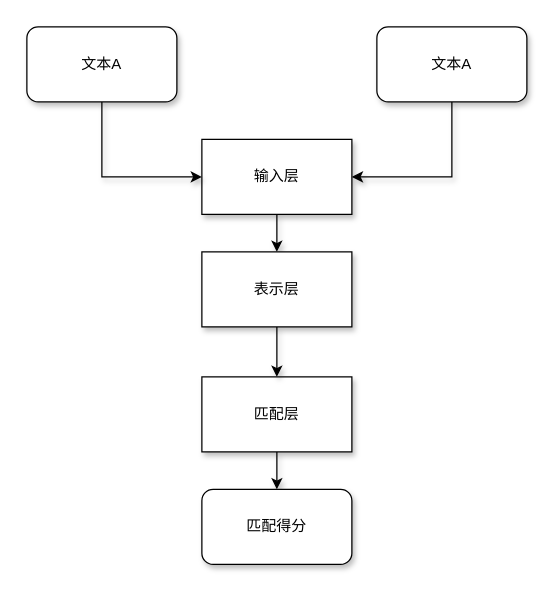
This is page "Page-1" (1 of 3) of 表示型.drawio from dadaewqq/blog, a draw.io file, before an edit. Source tidied: cells renumbered, new cells numbered last; positions are measured from the earlier drawing's top-left corner, leaving out a move shared by most shapes. Both pictures are drawn from the tidied source at 125%, with x=0, y=0 at pixel (26, 26).
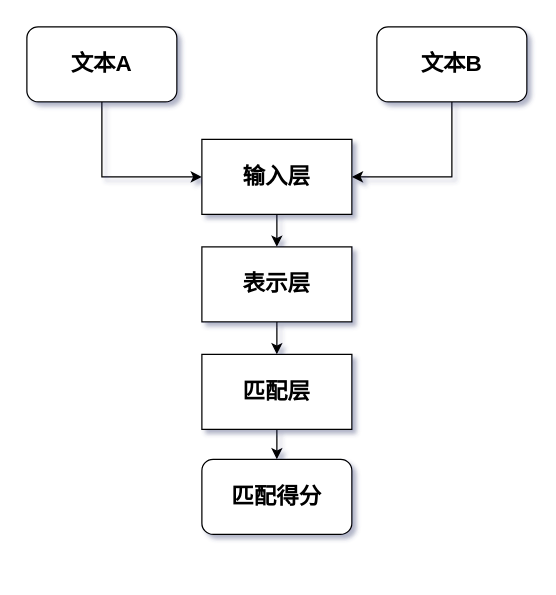
The same diagram, later.

Commit message (it also covers changes not shown here):
更新表示型.drawio

Diff of the diagram source:
```diff
@@
-<mxGraphModel>
+<mxGraphModel shadow="1">
   <root>
     <mxCell id="0" />
     <mxCell id="1" parent="0" />
-    <mxCell id="2" style="edgeStyle=orthogonalEdgeStyle;rounded=0;jettySize=auto;html=1;exitX=0.5;exitY=1;exitDx=0;exitDy=0;entryX=0.5;entryY=0;entryDx=0;entryDy=0;shadow=1;" parent="1" edge="1" source="3" target="8">
+    <mxCell id="2" style="edgeStyle=orthogonalEdgeStyle;jettySize=auto;html=1;exitX=0.5;exitY=1;exitDx=0;exitDy=0;entryX=0.5;entryY=0;entryDx=0;entryDy=0;shadow=0;" parent="1" edge="1" source="3" target="8">
       <mxGeometry relative="1" as="geometry" />
     </mxCell>
-    <mxCell id="3" value="匹配层" style="rounded=0;whiteSpace=wrap;html=1;shadow=1;" parent="1" vertex="1">
-      <mxGeometry x="140" y="280" width="120" height="60" as="geometry" />
+    <mxCell id="3" value="&lt;span&gt;&lt;font style=&quot;font-size: 18px&quot;&gt;匹配层&lt;/font&gt;&lt;/span&gt;" style="whiteSpace=wrap;html=1;shadow=0;fontStyle=1;" parent="1" vertex="1">
+      <mxGeometry x="140" y="262" width="120" height="60" as="geometry" />
     </mxCell>
-    <mxCell id="4" style="edgeStyle=orthogonalEdgeStyle;rounded=0;jettySize=auto;html=1;exitX=0.5;exitY=1;exitDx=0;exitDy=0;shadow=1;" parent="1" edge="1" source="5" target="7">
+    <mxCell id="4" style="edgeStyle=orthogonalEdgeStyle;jettySize=auto;html=1;exitX=0.5;exitY=1;exitDx=0;exitDy=0;shadow=0;" parent="1" edge="1" source="5" target="7">
       <mxGeometry relative="1" as="geometry" />
     </mxCell>
-    <mxCell id="5" value="输入层" style="rounded=0;whiteSpace=wrap;html=1;shadow=1;" parent="1" vertex="1">
+    <mxCell id="5" value="&lt;font style=&quot;font-size: 18px&quot;&gt;输入层&lt;/font&gt;" style="whiteSpace=wrap;html=1;shadow=0;labelBackgroundColor=none;labelBorderColor=none;fontStyle=1;" parent="1" vertex="1">
       <mxGeometry x="140" y="90" width="120" height="60" as="geometry" />
     </mxCell>
-    <mxCell id="6" style="edgeStyle=orthogonalEdgeStyle;rounded=0;jettySize=auto;html=1;exitX=0.5;exitY=1;exitDx=0;exitDy=0;entryX=0.5;entryY=0;entryDx=0;entryDy=0;shadow=1;" parent="1" edge="1" source="7" target="3">
+    <mxCell id="6" style="edgeStyle=orthogonalEdgeStyle;jettySize=auto;html=1;exitX=0.5;exitY=1;exitDx=0;exitDy=0;entryX=0.5;entryY=0;entryDx=0;entryDy=0;shadow=0;" parent="1" edge="1" source="7" target="3">
       <mxGeometry relative="1" as="geometry" />
     </mxCell>
-    <mxCell id="7" value="表示层" style="rounded=0;whiteSpace=wrap;html=1;shadow=1;" parent="1" vertex="1">
-      <mxGeometry x="140" y="180" width="120" height="60" as="geometry" />
+    <mxCell id="7" value="&lt;span&gt;&lt;font style=&quot;font-size: 18px&quot;&gt;表示层&lt;/font&gt;&lt;/span&gt;" style="whiteSpace=wrap;html=1;shadow=0;fontStyle=1;" parent="1" vertex="1">
+      <mxGeometry x="140" y="176" width="120" height="60" as="geometry" />
     </mxCell>
-    <mxCell id="8" value="匹配得分" style="rounded=1;whiteSpace=wrap;html=1;shadow=1;" parent="1" vertex="1">
-      <mxGeometry x="140" y="370" width="120" height="60" as="geometry" />
+    <mxCell id="8" value="&lt;b&gt;&lt;font style=&quot;font-size: 18px&quot; face=&quot;微软雅黑&quot;&gt;匹配得分&lt;/font&gt;&lt;/b&gt;" style="whiteSpace=wrap;html=1;shadow=0;rounded=1;" parent="1" vertex="1">
+      <mxGeometry x="140" y="346" width="120" height="60" as="geometry" />
     </mxCell>
-    <mxCell id="9" style="edgeStyle=orthogonalEdgeStyle;rounded=0;jettySize=auto;html=1;exitX=0.5;exitY=1;exitDx=0;exitDy=0;entryX=0;entryY=0.5;entryDx=0;entryDy=0;shadow=1;" parent="1" edge="1" source="10" target="5">
+    <mxCell id="9" style="edgeStyle=orthogonalEdgeStyle;jettySize=auto;html=1;exitX=0.5;exitY=1;exitDx=0;exitDy=0;entryX=0;entryY=0.5;entryDx=0;entryDy=0;shadow=0;rounded=0;" parent="1" edge="1" source="10" target="5">
       <mxGeometry relative="1" as="geometry" />
     </mxCell>
-    <mxCell id="10" value="文本A" style="rounded=1;whiteSpace=wrap;html=1;shadow=1;" parent="1" vertex="1">
+    <mxCell id="10" value="&lt;font face=&quot;微软雅黑&quot; style=&quot;font-size: 18px&quot;&gt;&lt;b&gt;文本A&lt;/b&gt;&lt;/font&gt;" style="whiteSpace=wrap;html=1;shadow=0;rounded=1;" parent="1" vertex="1">
       <mxGeometry width="120" height="60" as="geometry" />
     </mxCell>
-    <mxCell id="11" style="edgeStyle=orthogonalEdgeStyle;rounded=0;jettySize=auto;html=1;shadow=1;" parent="1" edge="1" source="12" target="5">
+    <mxCell id="11" style="edgeStyle=orthogonalEdgeStyle;jettySize=auto;html=1;shadow=0;rounded=0;" parent="1" edge="1" source="12" target="5">
       <mxGeometry relative="1" as="geometry">
         <Array as="points">
           <mxPoint x="340" y="120" />
         </Array>
       </mxGeometry>
     </mxCell>
-    <mxCell id="12" value="文本A" style="rounded=1;whiteSpace=wrap;html=1;shadow=1;" parent="1" vertex="1">
+    <mxCell id="12" value="&lt;font face=&quot;微软雅黑&quot; size=&quot;1&quot;&gt;&lt;b style=&quot;font-size: 18px&quot;&gt;文本B&lt;/b&gt;&lt;/font&gt;" style="whiteSpace=wrap;html=1;shadow=0;rounded=1;" parent="1" vertex="1">
       <mxGeometry x="280" width="120" height="60" as="geometry" />
     </mxCell>
   </root>
 </mxGraphModel>
```
